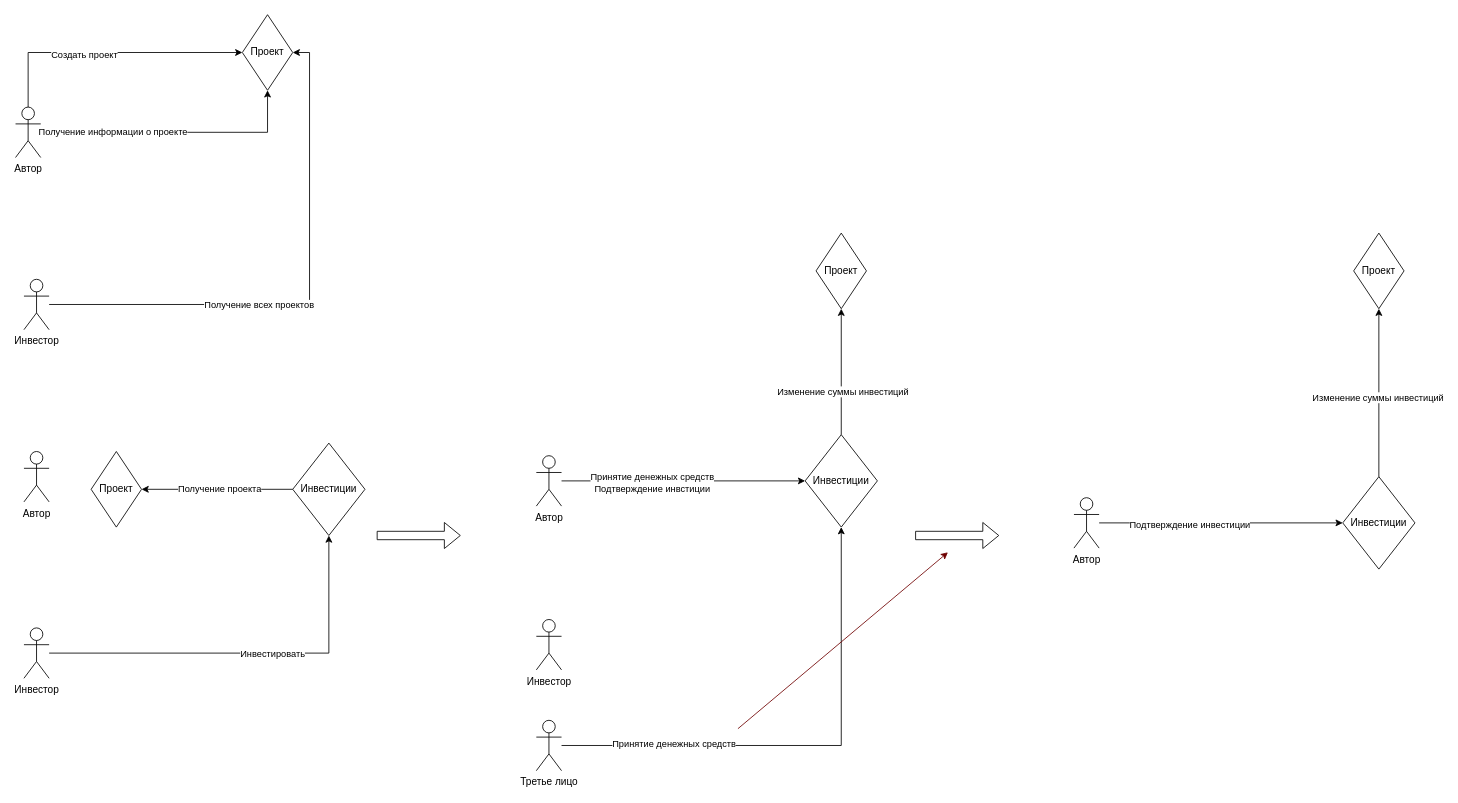
Before: Схема/СхемаВзаимодействия.drawio in VavilonBase/blockchain_crowdfunding, a draw.io diagram. Source tidied: cells renumbered, new cells numbered last; positions are measured from the earlier drawing's top-left corner, leaving out a move shared by most shapes. Both pictures are drawn from the tidied source at 84%, with x=0, y=0 at pixel (15, 14).
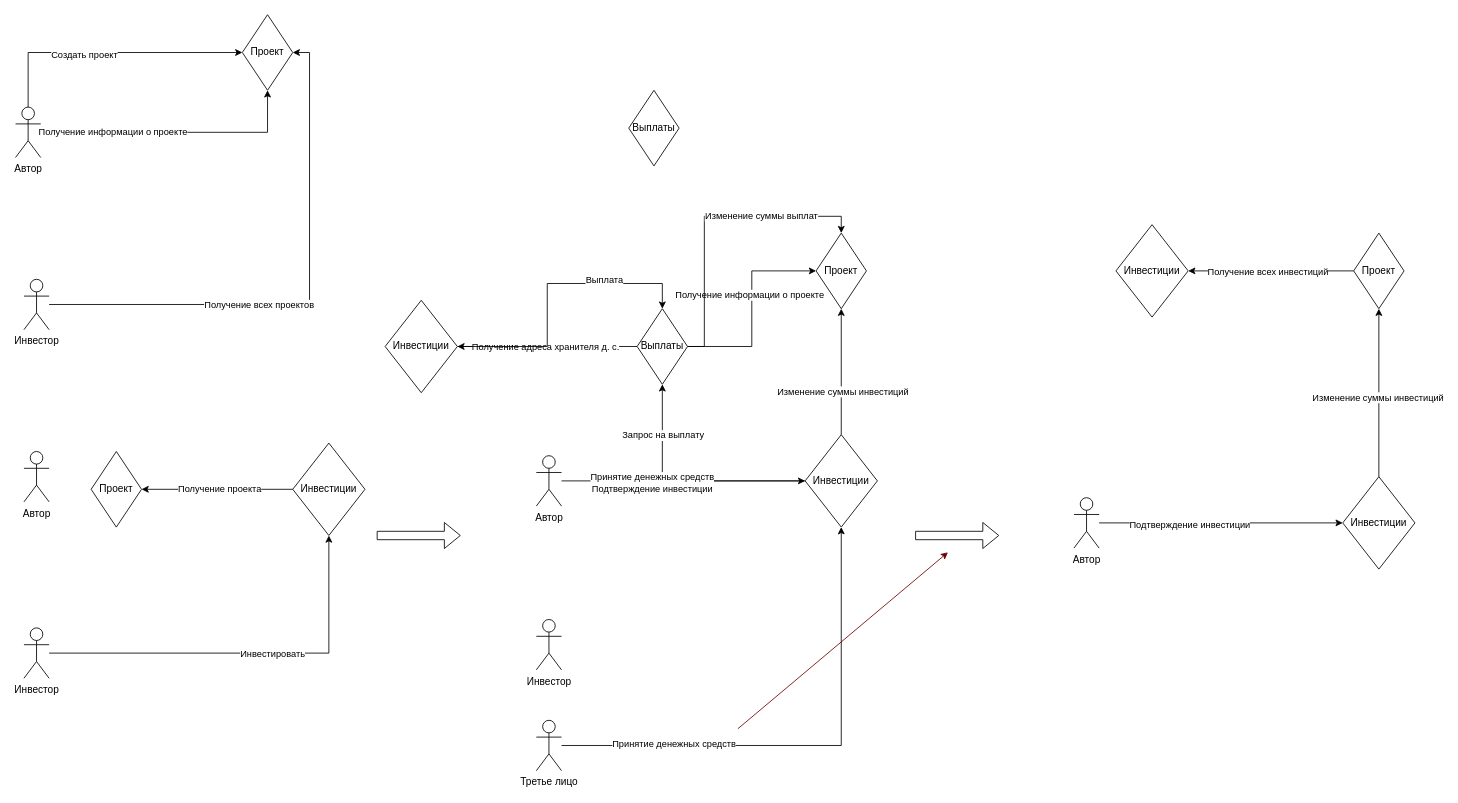
The same diagram, later.

Commit message (it also covers changes not shown here):
Изменение схемы смарт-контракты

Unchanged cells that the change refers to:
```xml
<mxCell id="21" value="Инвестиции" style="rhombus;whiteSpace=wrap;html=1;" parent="1" vertex="1">
  <mxGeometry x="940" y="500" width="86" height="110" as="geometry" />
</mxCell>
<mxCell id="22" style="edgeStyle=orthogonalEdgeStyle;rounded=0;jettySize=auto;html=1;entryX=0;entryY=0.5;entryDx=0;entryDy=0;" parent="1" edge="1" source="24" target="21">
  <mxGeometry relative="1" as="geometry" />
</mxCell>
<mxCell id="38" value="Проект" style="rhombus;whiteSpace=wrap;html=1;" parent="1" vertex="1">
  <mxGeometry x="953" y="260" width="60" height="90" as="geometry" />
</mxCell>
<mxCell id="39" value="Проект" style="rhombus;whiteSpace=wrap;html=1;" parent="1" vertex="1">
  <mxGeometry x="1593" y="260" width="60" height="90" as="geometry" />
</mxCell>
```

The edit, as a diff of the source:
```diff
@@
+    <mxCell id="40" style="edgeStyle=orthogonalEdgeStyle;rounded=0;jettySize=auto;html=1;entryX=0.5;entryY=1;entryDx=0;entryDy=0;" parent="1" edge="1" source="21" target="51">
+      <mxGeometry relative="1" as="geometry" />
+    </mxCell>
+    <mxCell id="41" value="Запрос на выплату" style="edgeLabel;html=1;align=center;verticalAlign=middle;" parent="40" vertex="1">
+      <mxGeometry x="0.39" relative="1" as="geometry">
+        <mxPoint y="-27" as="offset" />
+      </mxGeometry>
+    </mxCell>
@@
-    <mxCell id="23" value="Принятие денежных средств&lt;br&gt;Подтверждение инвстиции" style="edgeLabel;html=1;align=center;verticalAlign=middle;" parent="22" vertex="1">
+    <mxCell id="23" value="Принятие денежных средств&lt;br&gt;Подтверждение инвестиции" style="edgeLabel;html=1;align=center;verticalAlign=middle;" parent="22" vertex="1">
       <mxGeometry x="-0.26" y="-2" relative="1" as="geometry" />
     </mxCell>
@@
+    <mxCell id="42" style="edgeStyle=orthogonalEdgeStyle;rounded=0;jettySize=auto;html=1;" parent="1" edge="1" source="39" target="44">
+      <mxGeometry relative="1" as="geometry" />
+    </mxCell>
+    <mxCell id="43" value="Получение всех инвестиций" style="edgeLabel;html=1;align=center;verticalAlign=middle;" parent="42" vertex="1">
+      <mxGeometry x="0.46" relative="1" as="geometry">
+        <mxPoint x="41" as="offset" />
+      </mxGeometry>
+    </mxCell>
@@
+    <mxCell id="44" value="Инвестиции" style="rhombus;whiteSpace=wrap;html=1;" parent="1" vertex="1">
+      <mxGeometry x="1310" y="250" width="86" height="110" as="geometry" />
+    </mxCell>
+    <mxCell id="45" style="edgeStyle=orthogonalEdgeStyle;rounded=0;jettySize=auto;html=1;entryX=0;entryY=0.5;entryDx=0;entryDy=0;" parent="1" edge="1" source="51" target="38">
+      <mxGeometry relative="1" as="geometry" />
+    </mxCell>
+    <mxCell id="46" value="Получение информации о проекте" style="edgeLabel;html=1;align=center;verticalAlign=middle;" parent="45" vertex="1">
+      <mxGeometry x="0.14" y="4" relative="1" as="geometry">
+        <mxPoint x="1" y="1" as="offset" />
+      </mxGeometry>
+    </mxCell>
+    <mxCell id="47" style="edgeStyle=orthogonalEdgeStyle;rounded=0;jettySize=auto;html=1;" parent="1" edge="1" source="51" target="54">
+      <mxGeometry relative="1" as="geometry" />
+    </mxCell>
+    <mxCell id="48" value="Получение адреса хранителя д. с." style="edgeLabel;html=1;align=center;verticalAlign=middle;" parent="47" vertex="1">
+      <mxGeometry x="0.53" y="3" relative="1" as="geometry">
+        <mxPoint x="54" y="-3" as="offset" />
+      </mxGeometry>
+    </mxCell>
+    <mxCell id="49" style="edgeStyle=orthogonalEdgeStyle;rounded=0;jettySize=auto;html=1;entryX=0.5;entryY=0;entryDx=0;entryDy=0;" parent="1" edge="1" source="51" target="38">
+      <mxGeometry relative="1" as="geometry">
+        <Array as="points">
+          <mxPoint x="820" y="395" />
+          <mxPoint x="820" y="240" />
+          <mxPoint x="983" y="240" />
+        </Array>
+      </mxGeometry>
+    </mxCell>
+    <mxCell id="50" value="Изменение суммы выплат" style="edgeLabel;html=1;align=center;verticalAlign=middle;" parent="49" vertex="1">
+      <mxGeometry x="0.35" y="1" relative="1" as="geometry" />
+    </mxCell>
+    <mxCell id="51" value="Выплаты" style="rhombus;whiteSpace=wrap;html=1;" parent="1" vertex="1">
+      <mxGeometry x="740" y="350" width="60" height="90" as="geometry" />
+    </mxCell>
+    <mxCell id="52" style="edgeStyle=orthogonalEdgeStyle;rounded=0;jettySize=auto;html=1;entryX=0.5;entryY=0;entryDx=0;entryDy=0;" parent="1" edge="1" source="54" target="51">
+      <mxGeometry relative="1" as="geometry" />
+    </mxCell>
+    <mxCell id="53" value="Выплата" style="edgeLabel;html=1;align=center;verticalAlign=middle;" parent="52" vertex="1">
+      <mxGeometry x="0.29" y="3" relative="1" as="geometry">
+        <mxPoint x="24" y="-2" as="offset" />
+      </mxGeometry>
+    </mxCell>
+    <mxCell id="54" value="Инвестиции" style="rhombus;whiteSpace=wrap;html=1;" parent="1" vertex="1">
+      <mxGeometry x="440" y="340" width="86" height="110" as="geometry" />
+    </mxCell>
+    <mxCell id="55" value="Выплаты" style="rhombus;whiteSpace=wrap;html=1;" parent="1" vertex="1">
+      <mxGeometry x="730" y="90" width="60" height="90" as="geometry" />
+    </mxCell>
```
